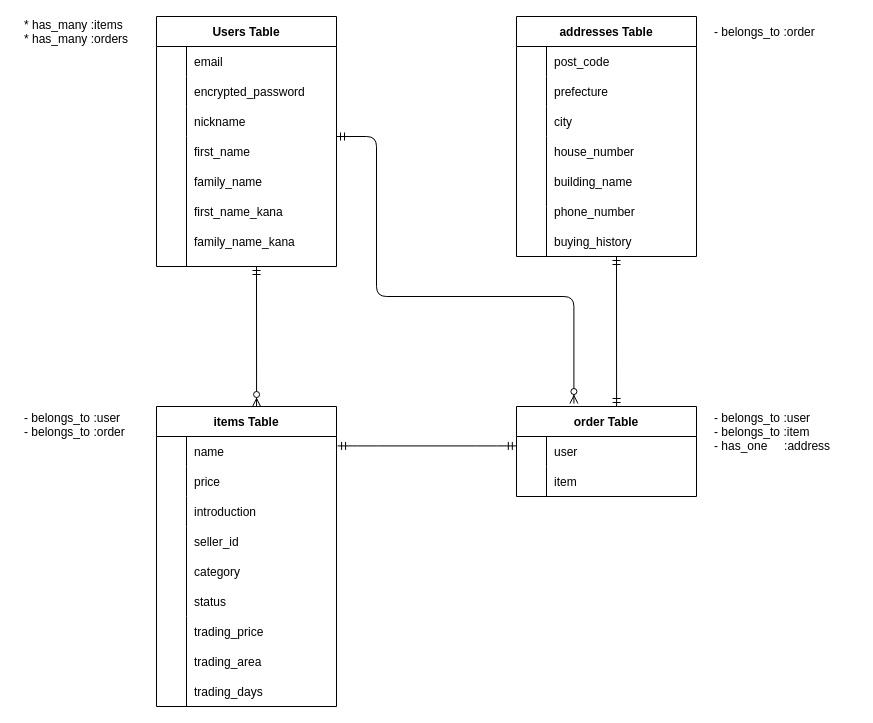
Hiro0608/furima-38192 keeps this draw.io diagram as test.dio. Above is the earlier version. Source tidied: cells renumbered, new cells numbered last; positions are measured from the earlier drawing's top-left corner, leaving out a move shared by most shapes. Both pictures are drawn from the tidied source at 100%, with x=0, y=0 at pixel (16, 16).
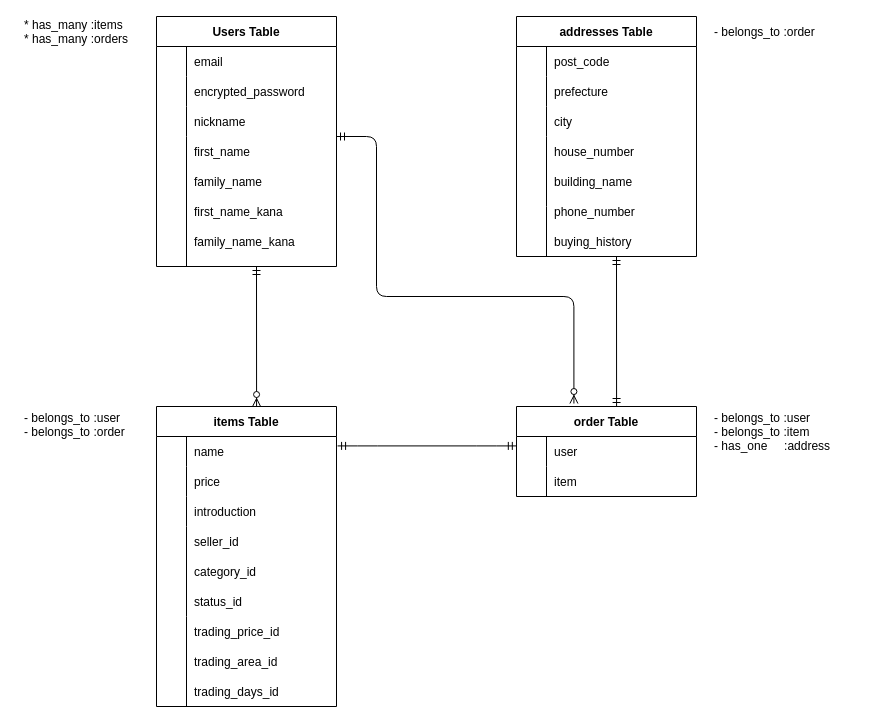
The same page after the edit.

What changed in the source:
```diff
@@
-    <mxCell id="45" value="category" style="shape=partialRectangle;fillColor=none;top=0;left=0;bottom=0;right=0;align=left;spacingLeft=6;overflow=hidden;" parent="1" vertex="1">
+    <mxCell id="45" value="category_id" style="shape=partialRectangle;fillColor=none;top=0;left=0;bottom=0;right=0;align=left;spacingLeft=6;overflow=hidden;" parent="1" vertex="1">
       <mxGeometry x="170" y="540" width="150" height="30" as="geometry" />
     </mxCell>
@@
-    <mxCell id="54" value="status" style="shape=partialRectangle;fillColor=none;top=0;left=0;bottom=0;right=0;align=left;spacingLeft=6;overflow=hidden;" parent="1" vertex="1">
+    <mxCell id="54" value="status_id" style="shape=partialRectangle;fillColor=none;top=0;left=0;bottom=0;right=0;align=left;spacingLeft=6;overflow=hidden;" parent="1" vertex="1">
       <mxGeometry x="170" y="570" width="150" height="30" as="geometry" />
     </mxCell>
-    <mxCell id="55" value="trading_price" style="shape=partialRectangle;fillColor=none;top=0;left=0;bottom=0;right=0;align=left;spacingLeft=6;overflow=hidden;" parent="1" vertex="1">
+    <mxCell id="55" value="trading_price_id" style="shape=partialRectangle;fillColor=none;top=0;left=0;bottom=0;right=0;align=left;spacingLeft=6;overflow=hidden;" parent="1" vertex="1">
       <mxGeometry x="170" y="600" width="150" height="30" as="geometry" />
     </mxCell>
-    <mxCell id="56" value="trading_area" style="shape=partialRectangle;fillColor=none;top=0;left=0;bottom=0;right=0;align=left;spacingLeft=6;overflow=hidden;" parent="1" vertex="1">
+    <mxCell id="56" value="trading_area_id" style="shape=partialRectangle;fillColor=none;top=0;left=0;bottom=0;right=0;align=left;spacingLeft=6;overflow=hidden;" parent="1" vertex="1">
       <mxGeometry x="170" y="630" width="150" height="30" as="geometry" />
     </mxCell>
-    <mxCell id="57" value="trading_days" style="shape=partialRectangle;fillColor=none;top=0;left=0;bottom=0;right=0;align=left;spacingLeft=6;overflow=hidden;" parent="1" vertex="1">
+    <mxCell id="57" value="trading_days_id" style="shape=partialRectangle;fillColor=none;top=0;left=0;bottom=0;right=0;align=left;spacingLeft=6;overflow=hidden;" parent="1" vertex="1">
       <mxGeometry x="170" y="660" width="150" height="30" as="geometry" />
     </mxCell>
```
